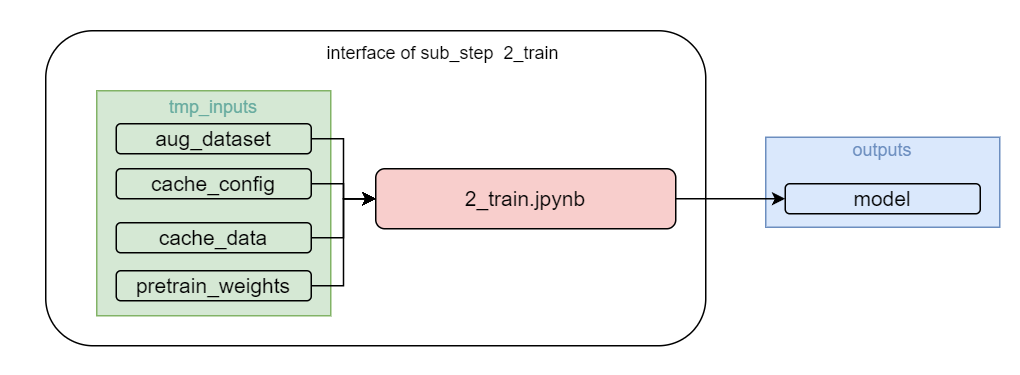
Before: imgs/2_train.drawio.png, a diagram exported from draw.io (4-DS/obj_detect_rest-model_train). Source tidied: cells renumbered, new cells last; positions are measured from the earlier drawing's top-left corner, leaving out a move shared by most shapes. The source it was exported from:
```xml
<mxGraphModel>
  <root>
    <mxCell id="0" />
    <mxCell id="1" parent="0" />
    <mxCell id="2" style="rounded=1;whiteSpace=wrap;html=1;strokeColor=none;" parent="1" vertex="1">
      <mxGeometry width="680" height="250" as="geometry" />
    </mxCell>
    <mxCell id="3" style="rounded=1;whiteSpace=wrap;html=1;" parent="1" vertex="1">
      <mxGeometry x="30" y="20" width="440" height="210" as="geometry" />
    </mxCell>
    <mxCell id="4" value="&lt;font style=&quot;font-size: 12px;&quot;&gt;&lt;font color=&quot;#67ab9f&quot;&gt;&lt;font style=&quot;font-size: 12px;&quot;&gt;tmp_inputs&lt;/font&gt;&lt;br&gt;&lt;br&gt;&lt;br&gt;&lt;br&gt;&lt;br&gt;&lt;br&gt;&lt;br&gt;&lt;br&gt;&lt;br&gt;&lt;/font&gt;&lt;br&gt;&lt;/font&gt;" style="rounded=0;whiteSpace=wrap;html=1;fillColor=#d5e8d4;strokeColor=#82b366;" parent="1" vertex="1">
      <mxGeometry x="64" y="60" width="156" height="150" as="geometry" />
    </mxCell>
    <mxCell id="5" value="interface of sub_step&amp;nbsp; 2_train" style="text;html=1;strokeColor=none;fillColor=none;align=center;verticalAlign=middle;whiteSpace=wrap;rounded=0;" parent="1" vertex="1">
      <mxGeometry x="180" y="20" width="230" height="30" as="geometry" />
    </mxCell>
    <mxCell id="6" value="&lt;font style=&quot;font-size: 12px;&quot;&gt;&lt;font color=&quot;#6c8ebf&quot;&gt;&lt;font style=&quot;font-size: 12px;&quot;&gt;outputs&lt;/font&gt;&lt;br&gt;&lt;br&gt;&lt;br&gt;&lt;/font&gt;&lt;br&gt;&lt;/font&gt;" style="rounded=0;whiteSpace=wrap;html=1;fillColor=#dae8fc;strokeColor=#6c8ebf;" parent="1" vertex="1">
      <mxGeometry x="510" y="91" width="156" height="60" as="geometry" />
    </mxCell>
    <mxCell id="7" value="&lt;font style=&quot;font-size: 14px;&quot;&gt;model&lt;/font&gt;" style="rounded=1;whiteSpace=wrap;html=1;fillColor=#dae8fc;strokeColor=#000000;strokeWidth=1;" parent="1" vertex="1">
      <mxGeometry x="523" y="122" width="130" height="20" as="geometry" />
    </mxCell>
    <mxCell id="8" style="edgeStyle=orthogonalEdgeStyle;rounded=0;jettySize=auto;html=1;entryX=0;entryY=0.5;entryDx=0;entryDy=0;" parent="1" edge="1" source="9" target="7">
      <mxGeometry relative="1" as="geometry" />
    </mxCell>
    <mxCell id="9" value="&lt;font style=&quot;font-size: 14px;&quot;&gt;2_train.jpynb&lt;/font&gt;" style="rounded=1;whiteSpace=wrap;html=1;fillColor=#f8cecc;strokeColor=#000000;strokeWidth=1;" parent="1" vertex="1">
      <mxGeometry x="250" y="112" width="200" height="40" as="geometry" />
    </mxCell>
    <mxCell id="10" style="edgeStyle=orthogonalEdgeStyle;rounded=0;jettySize=auto;html=1;entryX=0;entryY=0.5;entryDx=0;entryDy=0;" parent="1" edge="1" source="11" target="9">
      <mxGeometry relative="1" as="geometry" />
    </mxCell>
    <mxCell id="11" value="&lt;font style=&quot;font-size: 14px;&quot;&gt;aug_dataset&lt;/font&gt;" style="rounded=1;whiteSpace=wrap;html=1;fillColor=#d5e8d4;strokeColor=#000000;strokeWidth=1;" parent="1" vertex="1">
      <mxGeometry x="77" y="82" width="130" height="20" as="geometry" />
    </mxCell>
    <mxCell id="12" style="edgeStyle=orthogonalEdgeStyle;rounded=0;jettySize=auto;html=1;entryX=0;entryY=0.5;entryDx=0;entryDy=0;" parent="1" edge="1" source="13" target="9">
      <mxGeometry relative="1" as="geometry" />
    </mxCell>
    <mxCell id="13" value="&lt;font style=&quot;font-size: 14px;&quot;&gt;pretrain_weights&lt;/font&gt;" style="rounded=1;whiteSpace=wrap;html=1;fillColor=#d5e8d4;strokeColor=#000000;strokeWidth=1;" parent="1" vertex="1">
      <mxGeometry x="77" y="180" width="130" height="20" as="geometry" />
    </mxCell>
    <mxCell id="14" style="edgeStyle=orthogonalEdgeStyle;rounded=0;jettySize=auto;html=1;entryX=0;entryY=0.5;entryDx=0;entryDy=0;" parent="1" edge="1" source="15" target="9">
      <mxGeometry relative="1" as="geometry" />
    </mxCell>
    <mxCell id="15" value="&lt;font style=&quot;font-size: 14px;&quot;&gt;cache_config&lt;/font&gt;" style="rounded=1;whiteSpace=wrap;html=1;fillColor=#d5e8d4;strokeColor=#000000;strokeWidth=1;" parent="1" vertex="1">
      <mxGeometry x="77" y="112" width="130" height="20" as="geometry" />
    </mxCell>
    <mxCell id="16" style="edgeStyle=orthogonalEdgeStyle;rounded=0;jettySize=auto;html=1;entryX=0;entryY=0.5;entryDx=0;entryDy=0;" parent="1" edge="1" source="17" target="9">
      <mxGeometry relative="1" as="geometry" />
    </mxCell>
    <mxCell id="17" value="&lt;font style=&quot;font-size: 14px;&quot;&gt;cache_data&lt;/font&gt;" style="rounded=1;whiteSpace=wrap;html=1;fillColor=#d5e8d4;strokeColor=#000000;strokeWidth=1;" parent="1" vertex="1">
      <mxGeometry x="77" y="148" width="130" height="20" as="geometry" />
    </mxCell>
  </root>
</mxGraphModel>
```
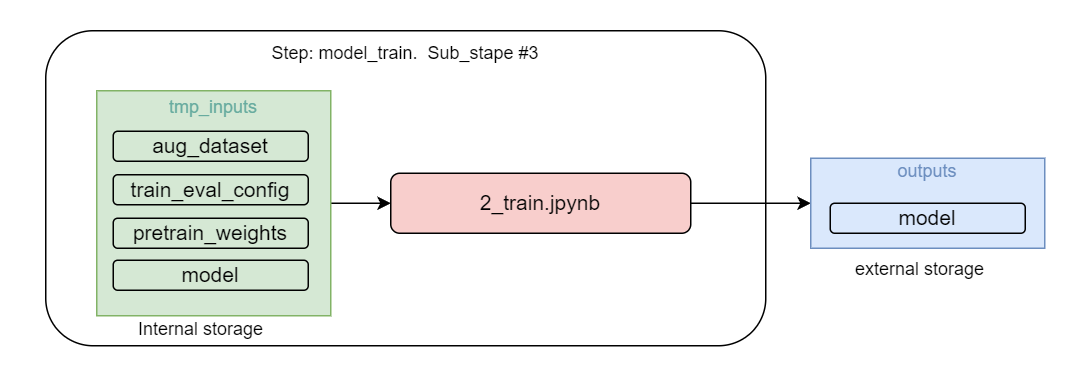
Above is the later version.

Change to the diagram source:
```diff
@@ -2,53 +2,50 @@
   <root>
     <mxCell id="0" />
     <mxCell id="1" parent="0" />
-    <mxCell id="2" style="rounded=1;whiteSpace=wrap;html=1;strokeColor=none;" parent="1" vertex="1">
-      <mxGeometry width="680" height="250" as="geometry" />
-    </mxCell>
-    <mxCell id="3" style="rounded=1;whiteSpace=wrap;html=1;" parent="1" vertex="1">
-      <mxGeometry x="30" y="20" width="440" height="210" as="geometry" />
-    </mxCell>
+    <mxCell id="18" style="rounded=1;whiteSpace=wrap;html=1;strokeColor=none;" parent="1" vertex="1">
+      <mxGeometry x="-10" y="330" width="710" height="250" as="geometry" />
+    </mxCell>
+    <mxCell id="19" style="rounded=1;whiteSpace=wrap;html=1;" parent="1" vertex="1">
+      <mxGeometry x="20" y="350" width="480" height="210" as="geometry" />
+    </mxCell>
+    <mxCell id="20" style="edgeStyle=orthogonalEdgeStyle;rounded=0;jettySize=auto;html=1;entryX=0;entryY=0.5;entryDx=0;entryDy=0;" parent="1" edge="1" source="4" target="9">
+      <mxGeometry relative="1" as="geometry" />
+    </mxCell>
     <mxCell id="4" value="&lt;font style=&quot;font-size: 12px;&quot;&gt;&lt;font color=&quot;#67ab9f&quot;&gt;&lt;font style=&quot;font-size: 12px;&quot;&gt;tmp_inputs&lt;/font&gt;&lt;br&gt;&lt;br&gt;&lt;br&gt;&lt;br&gt;&lt;br&gt;&lt;br&gt;&lt;br&gt;&lt;br&gt;&lt;br&gt;&lt;/font&gt;&lt;br&gt;&lt;/font&gt;" style="rounded=0;whiteSpace=wrap;html=1;fillColor=#d5e8d4;strokeColor=#82b366;" parent="1" vertex="1">
-      <mxGeometry x="64" y="60" width="156" height="150" as="geometry" />
+      <mxGeometry x="54" y="390" width="156" height="150" as="geometry" />
     </mxCell>
-    <mxCell id="5" value="interface of sub_step&amp;nbsp; 2_train" style="text;html=1;strokeColor=none;fillColor=none;align=center;verticalAlign=middle;whiteSpace=wrap;rounded=0;" parent="1" vertex="1">
-      <mxGeometry x="180" y="20" width="230" height="30" as="geometry" />
-    </mxCell>
+    <mxCell id="21" value="Step: model_train.&amp;nbsp; Sub_stape #3" style="text;html=1;strokeColor=none;fillColor=none;align=center;verticalAlign=middle;whiteSpace=wrap;rounded=0;" parent="1" vertex="1">
+      <mxGeometry x="145" y="350" width="230" height="30" as="geometry" />
+    </mxCell>
+    <mxCell id="22" style="edgeStyle=orthogonalEdgeStyle;rounded=0;jettySize=auto;html=1;" parent="1" edge="1" source="9" target="6">
+      <mxGeometry relative="1" as="geometry" />
+    </mxCell>
+    <mxCell id="9" value="&lt;font style=&quot;font-size: 14px;&quot;&gt;2_train.jpynb&lt;/font&gt;" style="rounded=1;whiteSpace=wrap;html=1;fillColor=#f8cecc;strokeColor=#000000;strokeWidth=1;" parent="1" vertex="1">
+      <mxGeometry x="250" y="445" width="200" height="40" as="geometry" />
+    </mxCell>
+    <mxCell id="11" value="&lt;font style=&quot;font-size: 14px;&quot;&gt;aug_dataset&lt;/font&gt;" style="rounded=1;whiteSpace=wrap;html=1;fillColor=#d5e8d4;strokeColor=#000000;strokeWidth=1;" parent="1" vertex="1">
+      <mxGeometry x="65" y="417" width="130" height="20" as="geometry" />
+    </mxCell>
+    <mxCell id="23" value="&lt;font style=&quot;font-size: 14px;&quot;&gt;train_eval_config&lt;/font&gt;" style="rounded=1;whiteSpace=wrap;html=1;fillColor=#d5e8d4;strokeColor=#000000;strokeWidth=1;" parent="1" vertex="1">
+      <mxGeometry x="65" y="446" width="130" height="20" as="geometry" />
+    </mxCell>
+    <mxCell id="13" value="&lt;font style=&quot;font-size: 14px;&quot;&gt;pretrain_weights&lt;/font&gt;" style="rounded=1;whiteSpace=wrap;html=1;fillColor=#d5e8d4;strokeColor=#000000;strokeWidth=1;" parent="1" vertex="1">
+      <mxGeometry x="65" y="475" width="130" height="20" as="geometry" />
+    </mxCell>
+    <mxCell id="24" value="&lt;font style=&quot;font-size: 14px;&quot;&gt;model&lt;/font&gt;" style="rounded=1;whiteSpace=wrap;html=1;fillColor=#d5e8d4;strokeColor=#000000;strokeWidth=1;" parent="1" vertex="1">
+      <mxGeometry x="65" y="503" width="130" height="20" as="geometry" />
+    </mxCell>
     <mxCell id="6" value="&lt;font style=&quot;font-size: 12px;&quot;&gt;&lt;font color=&quot;#6c8ebf&quot;&gt;&lt;font style=&quot;font-size: 12px;&quot;&gt;outputs&lt;/font&gt;&lt;br&gt;&lt;br&gt;&lt;br&gt;&lt;/font&gt;&lt;br&gt;&lt;/font&gt;" style="rounded=0;whiteSpace=wrap;html=1;fillColor=#dae8fc;strokeColor=#6c8ebf;" parent="1" vertex="1">
-      <mxGeometry x="510" y="91" width="156" height="60" as="geometry" />
+      <mxGeometry x="530" y="435" width="156" height="60" as="geometry" />
     </mxCell>
     <mxCell id="7" value="&lt;font style=&quot;font-size: 14px;&quot;&gt;model&lt;/font&gt;" style="rounded=1;whiteSpace=wrap;html=1;fillColor=#dae8fc;strokeColor=#000000;strokeWidth=1;" parent="1" vertex="1">
-      <mxGeometry x="523" y="122" width="130" height="20" as="geometry" />
+      <mxGeometry x="543" y="465" width="130" height="20" as="geometry" />
     </mxCell>
-    <mxCell id="8" style="edgeStyle=orthogonalEdgeStyle;rounded=0;jettySize=auto;html=1;entryX=0;entryY=0.5;entryDx=0;entryDy=0;" parent="1" edge="1" source="9" target="7">
-      <mxGeometry relative="1" as="geometry" />
-    </mxCell>
-    <mxCell id="9" value="&lt;font style=&quot;font-size: 14px;&quot;&gt;2_train.jpynb&lt;/font&gt;" style="rounded=1;whiteSpace=wrap;html=1;fillColor=#f8cecc;strokeColor=#000000;strokeWidth=1;" parent="1" vertex="1">
-      <mxGeometry x="250" y="112" width="200" height="40" as="geometry" />
-    </mxCell>
-    <mxCell id="10" style="edgeStyle=orthogonalEdgeStyle;rounded=0;jettySize=auto;html=1;entryX=0;entryY=0.5;entryDx=0;entryDy=0;" parent="1" edge="1" source="11" target="9">
-      <mxGeometry relative="1" as="geometry" />
-    </mxCell>
-    <mxCell id="11" value="&lt;font style=&quot;font-size: 14px;&quot;&gt;aug_dataset&lt;/font&gt;" style="rounded=1;whiteSpace=wrap;html=1;fillColor=#d5e8d4;strokeColor=#000000;strokeWidth=1;" parent="1" vertex="1">
-      <mxGeometry x="77" y="82" width="130" height="20" as="geometry" />
-    </mxCell>
-    <mxCell id="12" style="edgeStyle=orthogonalEdgeStyle;rounded=0;jettySize=auto;html=1;entryX=0;entryY=0.5;entryDx=0;entryDy=0;" parent="1" edge="1" source="13" target="9">
-      <mxGeometry relative="1" as="geometry" />
-    </mxCell>
-    <mxCell id="13" value="&lt;font style=&quot;font-size: 14px;&quot;&gt;pretrain_weights&lt;/font&gt;" style="rounded=1;whiteSpace=wrap;html=1;fillColor=#d5e8d4;strokeColor=#000000;strokeWidth=1;" parent="1" vertex="1">
-      <mxGeometry x="77" y="180" width="130" height="20" as="geometry" />
-    </mxCell>
-    <mxCell id="14" style="edgeStyle=orthogonalEdgeStyle;rounded=0;jettySize=auto;html=1;entryX=0;entryY=0.5;entryDx=0;entryDy=0;" parent="1" edge="1" source="15" target="9">
-      <mxGeometry relative="1" as="geometry" />
-    </mxCell>
-    <mxCell id="15" value="&lt;font style=&quot;font-size: 14px;&quot;&gt;cache_config&lt;/font&gt;" style="rounded=1;whiteSpace=wrap;html=1;fillColor=#d5e8d4;strokeColor=#000000;strokeWidth=1;" parent="1" vertex="1">
-      <mxGeometry x="77" y="112" width="130" height="20" as="geometry" />
-    </mxCell>
-    <mxCell id="16" style="edgeStyle=orthogonalEdgeStyle;rounded=0;jettySize=auto;html=1;entryX=0;entryY=0.5;entryDx=0;entryDy=0;" parent="1" edge="1" source="17" target="9">
-      <mxGeometry relative="1" as="geometry" />
-    </mxCell>
-    <mxCell id="17" value="&lt;font style=&quot;font-size: 14px;&quot;&gt;cache_data&lt;/font&gt;" style="rounded=1;whiteSpace=wrap;html=1;fillColor=#d5e8d4;strokeColor=#000000;strokeWidth=1;" parent="1" vertex="1">
-      <mxGeometry x="77" y="148" width="130" height="20" as="geometry" />
-    </mxCell>
+    <mxCell id="25" value="&lt;div style=&quot;text-align: center;&quot;&gt;&lt;span style=&quot;background-color: initial;&quot;&gt;Internal storage&lt;/span&gt;&lt;/div&gt;" style="text;whiteSpace=wrap;html=1;" parent="1" vertex="1">
+      <mxGeometry x="80" y="535" width="100" height="40" as="geometry" />
+    </mxCell>
+    <mxCell id="26" value="&lt;div style=&quot;text-align: center;&quot;&gt;&lt;span style=&quot;background-color: initial;&quot;&gt;external storage&lt;/span&gt;&lt;/div&gt;" style="text;whiteSpace=wrap;html=1;" parent="1" vertex="1">
+      <mxGeometry x="558" y="495" width="100" height="40" as="geometry" />
+    </mxCell>
   </root>
 </mxGraphModel>
```
